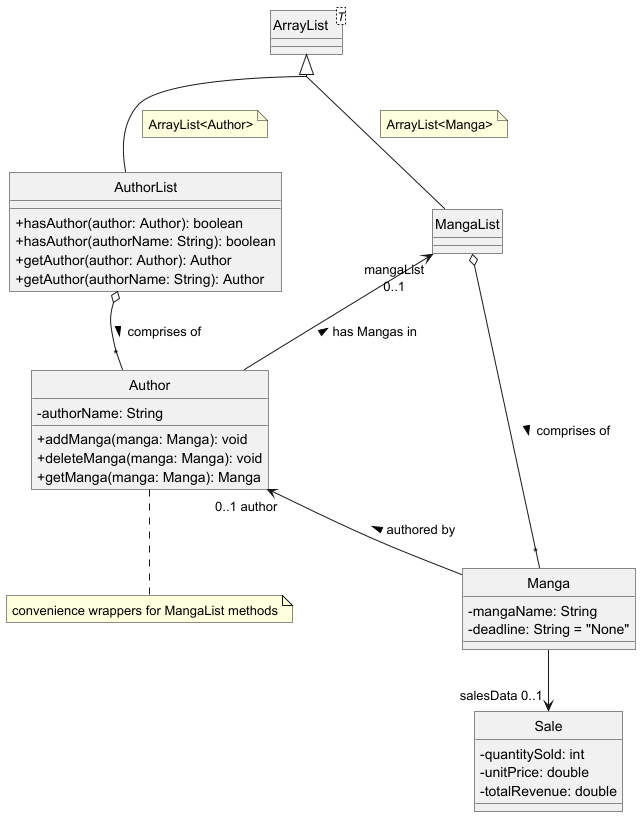
xenthm/tp keeps this PlantUML diagram as docs/uml/puml/AuthorListClass/AuthorListClass.png. Above is the earlier version.
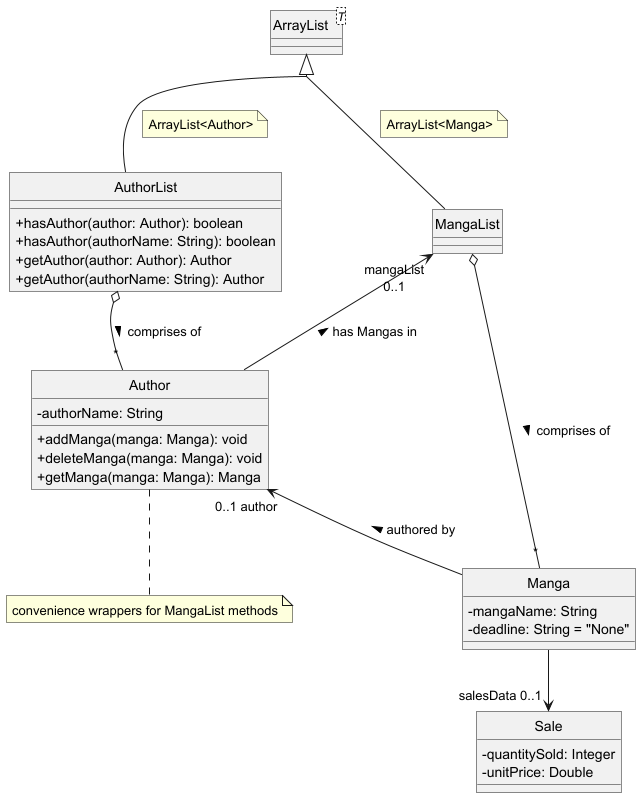
After the change.

Commit message:
Update UML diagrams to match new Sale class

Diff of the diagram source:
```diff
@@ -37,9 +37,8 @@
 MangaList "mangaList\n0..1" <-- Author : < has Mangas in
 
 class Sale {
-    - quantitySold: int
-    - unitPrice: double
-    - totalRevenue: double
+    - quantitySold: Integer
+    - unitPrice: Double
 }
 Manga --> "salesData 0..1" Sale
 
```
